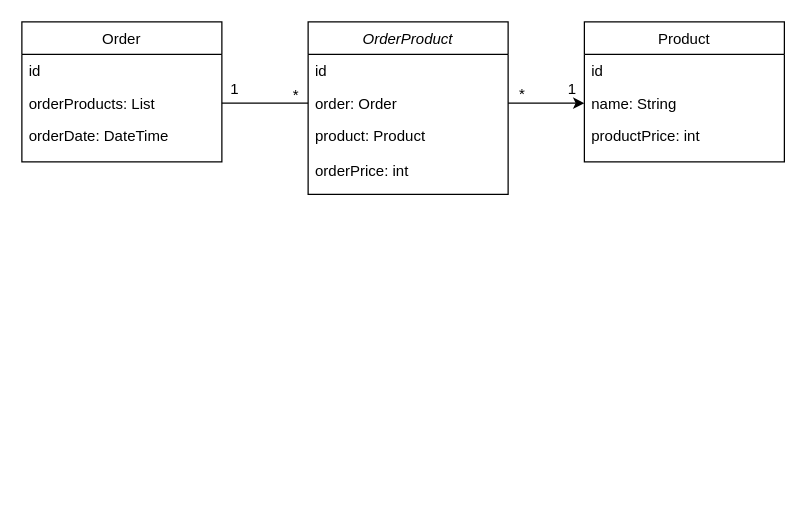
This is doc/Untitled Diagram.drawio from kyupid/myoop, a draw.io file, before an edit. Source tidied: cells renumbered, new cells numbered last; positions are measured from the earlier drawing's top-left corner, leaving out a move shared by most shapes. Both pictures are drawn from the tidied source at 125%, with x=0, y=0 at pixel (21, 21).
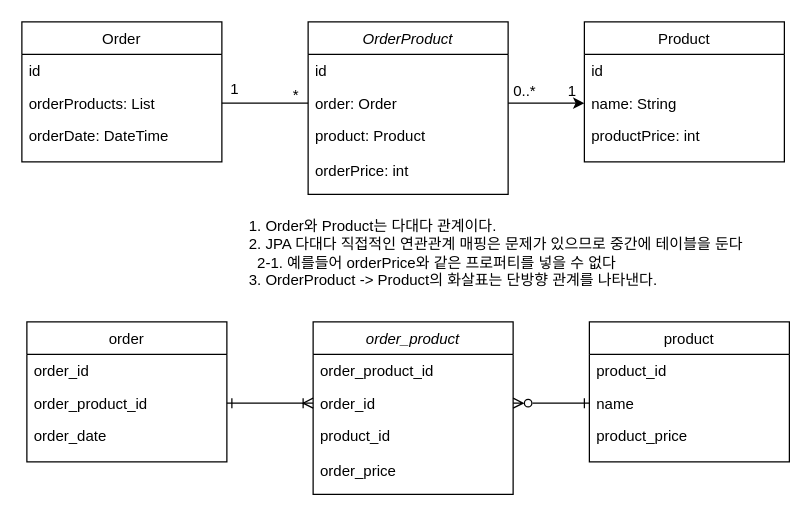
Above is the later version.

What changed in the source:
```diff
@@
-    <mxCell id="19" value="*" style="text;html=1;align=center;verticalAlign=middle;strokeColor=none;fillColor=none;" parent="1" vertex="1">
-      <mxGeometry x="390" y="48" width="20" height="20" as="geometry" />
+    <mxCell id="19" value="0..*" style="text;html=1;align=center;verticalAlign=middle;strokeColor=none;fillColor=none;" parent="1" vertex="1">
+      <mxGeometry x="387" y="46" width="30" height="20" as="geometry" />
     </mxCell>
     <mxCell id="20" value="1" style="text;html=1;align=center;verticalAlign=middle;strokeColor=none;fillColor=none;" parent="1" vertex="1">
-      <mxGeometry x="430" y="44" width="20" height="20" as="geometry" />
+      <mxGeometry x="430" y="46" width="20" height="20" as="geometry" />
     </mxCell>
+    <mxCell id="21" value="1. Order와 Product는 다대다 관계이다.&lt;br&gt;&lt;div&gt;&lt;span&gt;2. JPA 다대다 직접적인 연관관계 매핑은 문제가 있으므로 중간에 테이블을 둔다&lt;/span&gt;&lt;/div&gt;&lt;div&gt;&lt;span&gt;&amp;nbsp; 2-1. 예를들어 orderPrice와 같은 프로퍼티를 넣을 수 없다&lt;/span&gt;&lt;/div&gt;&lt;div&gt;&lt;span&gt;3. OrderProduct -&amp;gt; Product의 화살표는 단방향 관계를 나타낸다.&lt;/span&gt;&lt;/div&gt;" style="text;html=1;align=left;verticalAlign=middle;strokeColor=none;fillColor=none;" parent="1" vertex="1">
+      <mxGeometry x="180" y="155" width="390" height="60" as="geometry" />
+    </mxCell>
+    <mxCell id="22" value="order_product" style="swimlane;fontStyle=2;align=center;verticalAlign=top;horizontal=1;startSize=26;rounded=0;shadow=0;strokeWidth=1;" parent="1" vertex="1">
+      <mxGeometry x="233" y="240" width="160" height="138" as="geometry" />
+    </mxCell>
+    <mxCell id="23" value="order_product_id" style="text;align=left;verticalAlign=top;spacingLeft=4;spacingRight=4;overflow=hidden;" parent="22" vertex="1">
+      <mxGeometry y="26" width="160" height="26" as="geometry" />
+    </mxCell>
+    <mxCell id="24" value="order_id" style="text;align=left;verticalAlign=top;spacingLeft=4;spacingRight=4;overflow=hidden;points=[[0,0.5],[1,0.5]];portConstraint=eastwest;rounded=0;shadow=0;html=0;" parent="22" vertex="1">
+      <mxGeometry y="52" width="160" height="26" as="geometry" />
+    </mxCell>
+    <mxCell id="25" value="product_id" style="text;align=left;verticalAlign=top;spacingLeft=4;spacingRight=4;overflow=hidden;rounded=0;shadow=0;html=0;" parent="22" vertex="1">
+      <mxGeometry y="78" width="160" height="22" as="geometry" />
+    </mxCell>
+    <mxCell id="26" value="order" style="swimlane;fontStyle=0;align=center;verticalAlign=top;horizontal=1;startSize=26;rounded=0;shadow=0;strokeWidth=1;" parent="1" vertex="1">
+      <mxGeometry x="4" y="240" width="160" height="112" as="geometry" />
+    </mxCell>
+    <mxCell id="27" value="order_id" style="text;align=left;verticalAlign=top;spacingLeft=4;spacingRight=4;overflow=hidden;" parent="26" vertex="1">
+      <mxGeometry y="26" width="160" height="26" as="geometry" />
+    </mxCell>
+    <mxCell id="28" value="order_product_id" style="text;align=left;verticalAlign=top;spacingLeft=4;spacingRight=4;overflow=hidden;points=[[0,0.5],[1,0.5]];portConstraint=eastwest;rounded=0;shadow=0;html=0;" parent="26" vertex="1">
+      <mxGeometry y="52" width="160" height="26" as="geometry" />
+    </mxCell>
+    <mxCell id="29" value="order_date" style="text;align=left;verticalAlign=top;spacingLeft=4;spacingRight=4;overflow=hidden;rounded=0;shadow=0;html=0;" parent="26" vertex="1">
+      <mxGeometry y="78" width="160" height="26" as="geometry" />
+    </mxCell>
+    <mxCell id="30" value="product" style="swimlane;fontStyle=0;align=center;verticalAlign=top;horizontal=1;startSize=26;rounded=0;shadow=0;strokeWidth=1;" parent="1" vertex="1">
+      <mxGeometry x="454" y="240" width="160" height="112" as="geometry" />
+    </mxCell>
+    <mxCell id="31" value="product_id" style="text;align=left;verticalAlign=top;spacingLeft=4;spacingRight=4;overflow=hidden;" parent="30" vertex="1">
+      <mxGeometry y="26" width="160" height="26" as="geometry" />
+    </mxCell>
+    <mxCell id="32" value="name" style="text;align=left;verticalAlign=top;spacingLeft=4;spacingRight=4;overflow=hidden;points=[[0,0.5],[1,0.5]];portConstraint=eastwest;rounded=0;shadow=0;html=0;" parent="30" vertex="1">
+      <mxGeometry y="52" width="160" height="26" as="geometry" />
+    </mxCell>
+    <mxCell id="33" value="product_price" style="text;align=left;verticalAlign=top;spacingLeft=4;spacingRight=4;overflow=hidden;rounded=0;shadow=0;html=0;" parent="30" vertex="1">
+      <mxGeometry y="78" width="160" height="26" as="geometry" />
+    </mxCell>
+    <mxCell id="34" value="order_price" style="text;align=left;verticalAlign=top;spacingLeft=4;spacingRight=4;overflow=hidden;rounded=0;shadow=0;html=0;" parent="1" vertex="1">
+      <mxGeometry x="233" y="346" width="157" height="22" as="geometry" />
+    </mxCell>
+    <mxCell id="35" style="edgeStyle=orthogonalEdgeStyle;rounded=0;jettySize=auto;html=1;endArrow=ERone;endFill=0;strokeColor=default;entryX=0;entryY=0.5;entryDx=0;entryDy=0;startArrow=ERzeroToMany;startFill=0;" parent="1" edge="1" source="24" target="32">
+      <mxGeometry relative="1" as="geometry" />
+    </mxCell>
+    <mxCell id="36" style="edgeStyle=orthogonalEdgeStyle;rounded=0;jettySize=auto;html=1;endArrow=ERoneToMany;endFill=0;strokeColor=default;entryX=0;entryY=0.5;entryDx=0;entryDy=0;startArrow=ERone;startFill=0;" parent="1" edge="1" source="28" target="24">
+      <mxGeometry relative="1" as="geometry" />
+    </mxCell>
```
